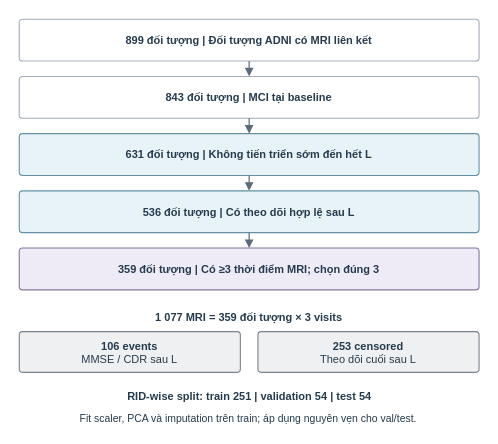
Before: figures_source/cohort-construction.drawio in moimoi05/kltn, a draw.io diagram. Source tidied: cells renumbered, new cells numbered last; positions are measured from the earlier drawing's top-left corner, leaving out a move shared by most shapes. Both pictures are drawn from the tidied source at 110%, with x=0, y=0 at pixel (19, 19).
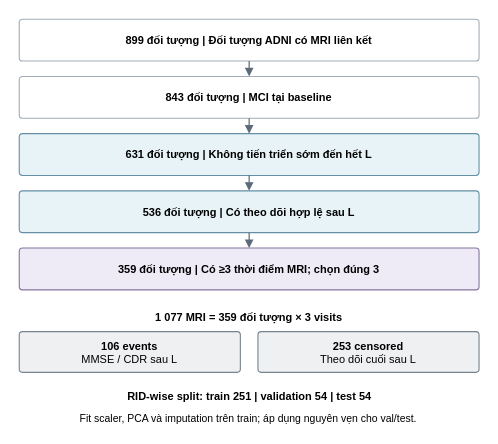
The same page after the edit.

The edit, as a diff of the source:
```diff
@@
 <mxGraphModel background="#FFFFFF">
   <root>
     <mxCell id="0" />
     <mxCell id="1" parent="0" />
-    <mxCell id="2" value="&lt;b&gt;899 đối tượng   |   Đối tượng ADNI có MRI liên kết&lt;/b&gt;" style="html=1;fontFamily=Arial;fontColor=#263B4D;whiteSpace=wrap;rounded=1;arcSize=8;fillColor=#FFFFFF;strokeColor=#A2ADB7;strokeWidth=1;fontSize=10;spacing=5;" parent="1" vertex="1">
+    <mxCell id="2" value="&lt;b&gt;899 đối tượng   |   Đối tượng ADNI có MRI liên kết&lt;/b&gt;" style="html=1;fontFamily=Arial;fontColor=#000000;whiteSpace=wrap;rounded=1;arcSize=8;fillColor=#FFFFFF;strokeColor=#A2ADB7;strokeWidth=1;fontSize=10;spacing=5;" parent="1" vertex="1">
       <mxGeometry width="418" height="38" as="geometry" />
     </mxCell>
-    <mxCell id="3" style="html=1;fontFamily=Arial;fontColor=#263B4D;whiteSpace=wrap;edgeStyle=none;rounded=0;endArrow=block;endFill=1;endSize=5;startArrow=none;startFill=1;startSize=5;strokeColor=#5C6B79;strokeWidth=1.1;" parent="1" edge="1">
+    <mxCell id="3" style="html=1;fontFamily=Arial;fontColor=#000000;whiteSpace=wrap;edgeStyle=none;rounded=0;endArrow=block;endFill=1;endSize=5;startArrow=none;startFill=1;startSize=5;strokeColor=#5C6B79;strokeWidth=1.1;" parent="1" edge="1">
       <mxGeometry relative="1" as="geometry">
         <mxPoint x="209" y="38" as="sourcePoint" />
         <mxPoint x="209" y="52" as="targetPoint" />
       </mxGeometry>
     </mxCell>
-    <mxCell id="4" value="&lt;b&gt;843 đối tượng   |   MCI tại baseline&lt;/b&gt;" style="html=1;fontFamily=Arial;fontColor=#263B4D;whiteSpace=wrap;rounded=1;arcSize=8;fillColor=#FFFFFF;strokeColor=#A2ADB7;strokeWidth=1;fontSize=10;spacing=5;" parent="1" vertex="1">
+    <mxCell id="4" value="&lt;b&gt;843 đối tượng   |   MCI tại baseline&lt;/b&gt;" style="html=1;fontFamily=Arial;fontColor=#000000;whiteSpace=wrap;rounded=1;arcSize=8;fillColor=#FFFFFF;strokeColor=#A2ADB7;strokeWidth=1;fontSize=10;spacing=5;" parent="1" vertex="1">
       <mxGeometry y="52" width="418" height="38" as="geometry" />
     </mxCell>
-    <mxCell id="5" style="html=1;fontFamily=Arial;fontColor=#263B4D;whiteSpace=wrap;edgeStyle=none;rounded=0;endArrow=block;endFill=1;endSize=5;startArrow=none;startFill=1;startSize=5;strokeColor=#5C6B79;strokeWidth=1.1;" parent="1" edge="1">
+    <mxCell id="5" style="html=1;fontFamily=Arial;fontColor=#000000;whiteSpace=wrap;edgeStyle=none;rounded=0;endArrow=block;endFill=1;endSize=5;startArrow=none;startFill=1;startSize=5;strokeColor=#5C6B79;strokeWidth=1.1;" parent="1" edge="1">
       <mxGeometry relative="1" as="geometry">
         <mxPoint x="209" y="90" as="sourcePoint" />
         <mxPoint x="209" y="104" as="targetPoint" />
       </mxGeometry>
     </mxCell>
-    <mxCell id="6" value="&lt;b&gt;631 đối tượng   |   Không tiến triển sớm đến hết L&lt;/b&gt;" style="html=1;fontFamily=Arial;fontColor=#263B4D;whiteSpace=wrap;rounded=1;arcSize=8;fillColor=#E8F3F8;strokeColor=#6590A5;strokeWidth=1;fontSize=10;spacing=5;" parent="1" vertex="1">
+    <mxCell id="6" value="&lt;b&gt;631 đối tượng   |   Không tiến triển sớm đến hết L&lt;/b&gt;" style="html=1;fontFamily=Arial;fontColor=#000000;whiteSpace=wrap;rounded=1;arcSize=8;fillColor=#E8F3F8;strokeColor=#6590A5;strokeWidth=1;fontSize=10;spacing=5;" parent="1" vertex="1">
       <mxGeometry y="104" width="418" height="38" as="geometry" />
     </mxCell>
-    <mxCell id="7" style="html=1;fontFamily=Arial;fontColor=#263B4D;whiteSpace=wrap;edgeStyle=none;rounded=0;endArrow=block;endFill=1;endSize=5;startArrow=none;startFill=1;startSize=5;strokeColor=#5C6B79;strokeWidth=1.1;" parent="1" edge="1">
+    <mxCell id="7" style="html=1;fontFamily=Arial;fontColor=#000000;whiteSpace=wrap;edgeStyle=none;rounded=0;endArrow=block;endFill=1;endSize=5;startArrow=none;startFill=1;startSize=5;strokeColor=#5C6B79;strokeWidth=1.1;" parent="1" edge="1">
       <mxGeometry relative="1" as="geometry">
         <mxPoint x="209" y="142" as="sourcePoint" />
         <mxPoint x="209" y="156" as="targetPoint" />
       </mxGeometry>
     </mxCell>
-    <mxCell id="8" value="&lt;b&gt;536 đối tượng   |   Có theo dõi hợp lệ sau L&lt;/b&gt;" style="html=1;fontFamily=Arial;fontColor=#263B4D;whiteSpace=wrap;rounded=1;arcSize=8;fillColor=#E8F3F8;strokeColor=#6590A5;strokeWidth=1;fontSize=10;spacing=5;" parent="1" vertex="1">
+    <mxCell id="8" value="&lt;b&gt;536 đối tượng   |   Có theo dõi hợp lệ sau L&lt;/b&gt;" style="html=1;fontFamily=Arial;fontColor=#000000;whiteSpace=wrap;rounded=1;arcSize=8;fillColor=#E8F3F8;strokeColor=#6590A5;strokeWidth=1;fontSize=10;spacing=5;" parent="1" vertex="1">
       <mxGeometry y="156" width="418" height="38" as="geometry" />
     </mxCell>
-    <mxCell id="9" style="html=1;fontFamily=Arial;fontColor=#263B4D;whiteSpace=wrap;edgeStyle=none;rounded=0;endArrow=block;endFill=1;endSize=5;startArrow=none;startFill=1;startSize=5;strokeColor=#5C6B79;strokeWidth=1.1;" parent="1" edge="1">
+    <mxCell id="9" style="html=1;fontFamily=Arial;fontColor=#000000;whiteSpace=wrap;edgeStyle=none;rounded=0;endArrow=block;endFill=1;endSize=5;startArrow=none;startFill=1;startSize=5;strokeColor=#5C6B79;strokeWidth=1.1;" parent="1" edge="1">
       <mxGeometry relative="1" as="geometry">
         <mxPoint x="209" y="194" as="sourcePoint" />
         <mxPoint x="209" y="208" as="targetPoint" />
       </mxGeometry>
     </mxCell>
-    <mxCell id="10" value="&lt;b&gt;359 đối tượng   |   Có ≥3 thời điểm MRI; chọn đúng 3&lt;/b&gt;" style="html=1;fontFamily=Arial;fontColor=#263B4D;whiteSpace=wrap;rounded=1;arcSize=8;fillColor=#EEEAF6;strokeColor=#86759D;strokeWidth=1;fontSize=10;spacing=5;" parent="1" vertex="1">
+    <mxCell id="10" value="&lt;b&gt;359 đối tượng   |   Có ≥3 thời điểm MRI; chọn đúng 3&lt;/b&gt;" style="html=1;fontFamily=Arial;fontColor=#000000;whiteSpace=wrap;rounded=1;arcSize=8;fillColor=#EEEAF6;strokeColor=#86759D;strokeWidth=1;fontSize=10;spacing=5;" parent="1" vertex="1">
       <mxGeometry y="208" width="418" height="38" as="geometry" />
     </mxCell>
-    <mxCell id="11" value="1 077 MRI = 359 đối tượng × 3 visits" style="html=1;fontFamily=Arial;fontColor=#263B4D;whiteSpace=wrap;text;strokeColor=none;fillColor=none;fontSize=10;fontStyle=1;align=center;verticalAlign=top;spacing=0;" parent="1" vertex="1">
+    <mxCell id="11" value="1 077 MRI = 359 đối tượng × 3 visits" style="html=1;fontFamily=Arial;fontColor=#000000;whiteSpace=wrap;text;strokeColor=none;fillColor=none;fontSize=10;fontStyle=1;align=center;verticalAlign=top;spacing=0;" parent="1" vertex="1">
       <mxGeometry x="123" y="261" width="172" height="12.4" as="geometry" />
     </mxCell>
-    <mxCell id="12" value="&lt;b&gt;106 events&lt;/b&gt;&lt;br&gt;MMSE / CDR sau L" style="html=1;fontFamily=Arial;fontColor=#263B4D;whiteSpace=wrap;rounded=1;arcSize=8;fillColor=#EEF0F2;strokeColor=#77838F;strokeWidth=1;fontSize=10;spacing=5;" parent="1" vertex="1">
+    <mxCell id="12" value="&lt;b&gt;106 events&lt;/b&gt;&lt;br&gt;MMSE / CDR sau L" style="html=1;fontFamily=Arial;fontColor=#000000;whiteSpace=wrap;rounded=1;arcSize=8;fillColor=#EEF0F2;strokeColor=#77838F;strokeWidth=1;fontSize=10;spacing=5;" parent="1" vertex="1">
       <mxGeometry y="284" width="201" height="37" as="geometry" />
     </mxCell>
-    <mxCell id="13" value="&lt;b&gt;253 censored&lt;/b&gt;&lt;br&gt;Theo dõi cuối sau L" style="html=1;fontFamily=Arial;fontColor=#263B4D;whiteSpace=wrap;rounded=1;arcSize=8;fillColor=#EEF0F2;strokeColor=#77838F;strokeWidth=1;fontSize=10;spacing=5;" parent="1" vertex="1">
+    <mxCell id="13" value="&lt;b&gt;253 censored&lt;/b&gt;&lt;br&gt;Theo dõi cuối sau L" style="html=1;fontFamily=Arial;fontColor=#000000;whiteSpace=wrap;rounded=1;arcSize=8;fillColor=#EEF0F2;strokeColor=#77838F;strokeWidth=1;fontSize=10;spacing=5;" parent="1" vertex="1">
       <mxGeometry x="217" y="284" width="201" height="37" as="geometry" />
     </mxCell>
-    <mxCell id="14" value="RID-wise split: train 251  |  validation 54  |  test 54" style="html=1;fontFamily=Arial;fontColor=#263B4D;whiteSpace=wrap;text;strokeColor=none;fillColor=none;fontSize=10;fontStyle=1;align=center;verticalAlign=top;spacing=0;" parent="1" vertex="1">
+    <mxCell id="14" value="RID-wise split: train 251  |  validation 54  |  test 54" style="html=1;fontFamily=Arial;fontColor=#000000;whiteSpace=wrap;text;strokeColor=none;fillColor=none;fontSize=10;fontStyle=1;align=center;verticalAlign=top;spacing=0;" parent="1" vertex="1">
       <mxGeometry x="91.6" y="333" width="234.9" height="12.4" as="geometry" />
     </mxCell>
-    <mxCell id="15" value="Fit scaler, PCA và imputation trên train; áp dụng nguyên vẹn cho val/test." style="html=1;fontFamily=Arial;fontColor=#263B4D;whiteSpace=wrap;text;strokeColor=none;fillColor=none;fontSize=9.5;fontStyle=0;align=center;verticalAlign=top;spacing=0;" parent="1" vertex="1">
+    <mxCell id="15" value="Fit scaler, PCA và imputation trên train; áp dụng nguyên vẹn cho val/test." style="html=1;fontFamily=Arial;fontColor=#000000;whiteSpace=wrap;text;strokeColor=none;fillColor=none;fontSize=9.5;fontStyle=0;align=center;verticalAlign=top;spacing=0;" parent="1" vertex="1">
       <mxGeometry x="54.3" y="353" width="309.3" height="11.8" as="geometry" />
     </mxCell>
   </root>
 </mxGraphModel>
```
